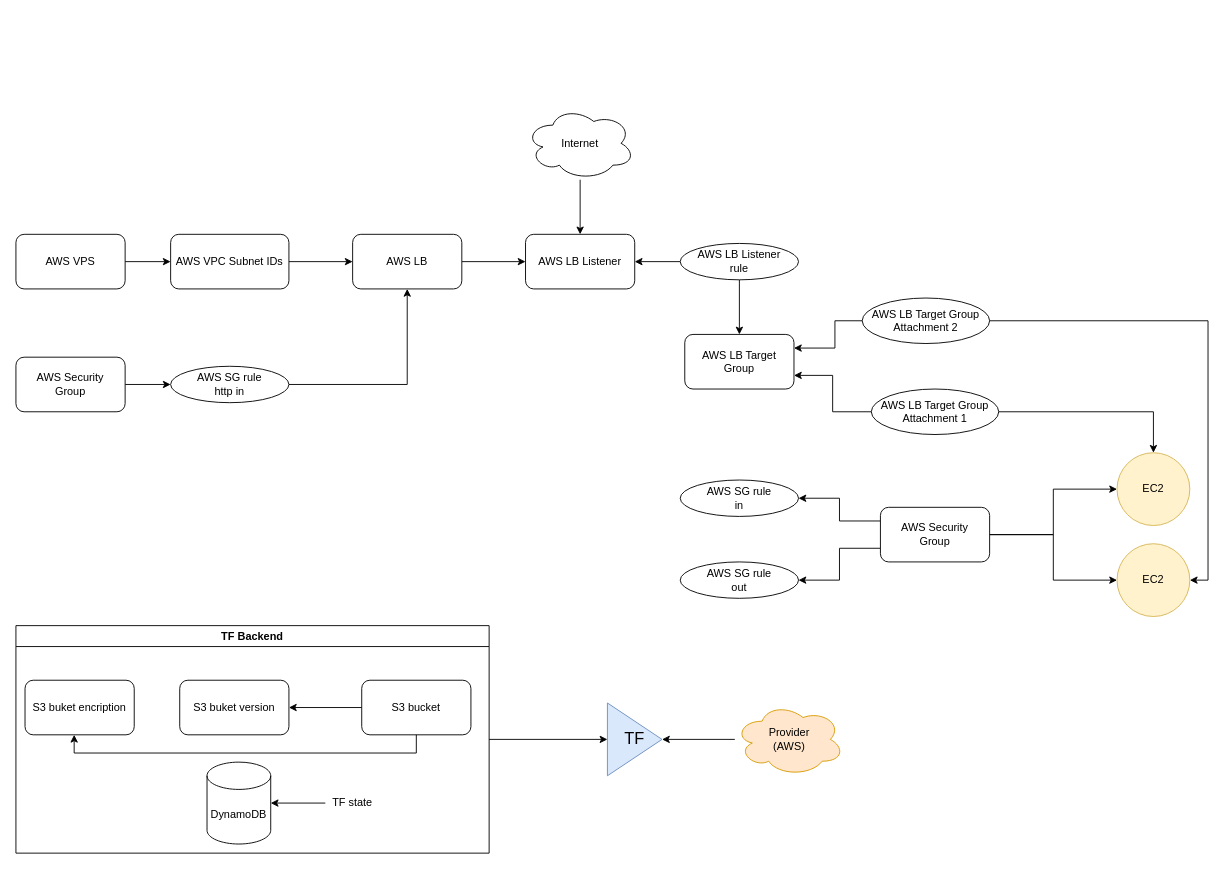
The draw.io diagram Untitled Diagram.drawio in markrin/PublicProject, before the edit. Source tidied: cells renumbered, new cells numbered last; positions are measured from the earlier drawing's top-left corner, leaving out a move shared by most shapes. Both pictures are drawn from the tidied source at 91%, with x=0, y=0 at pixel (15, 106).
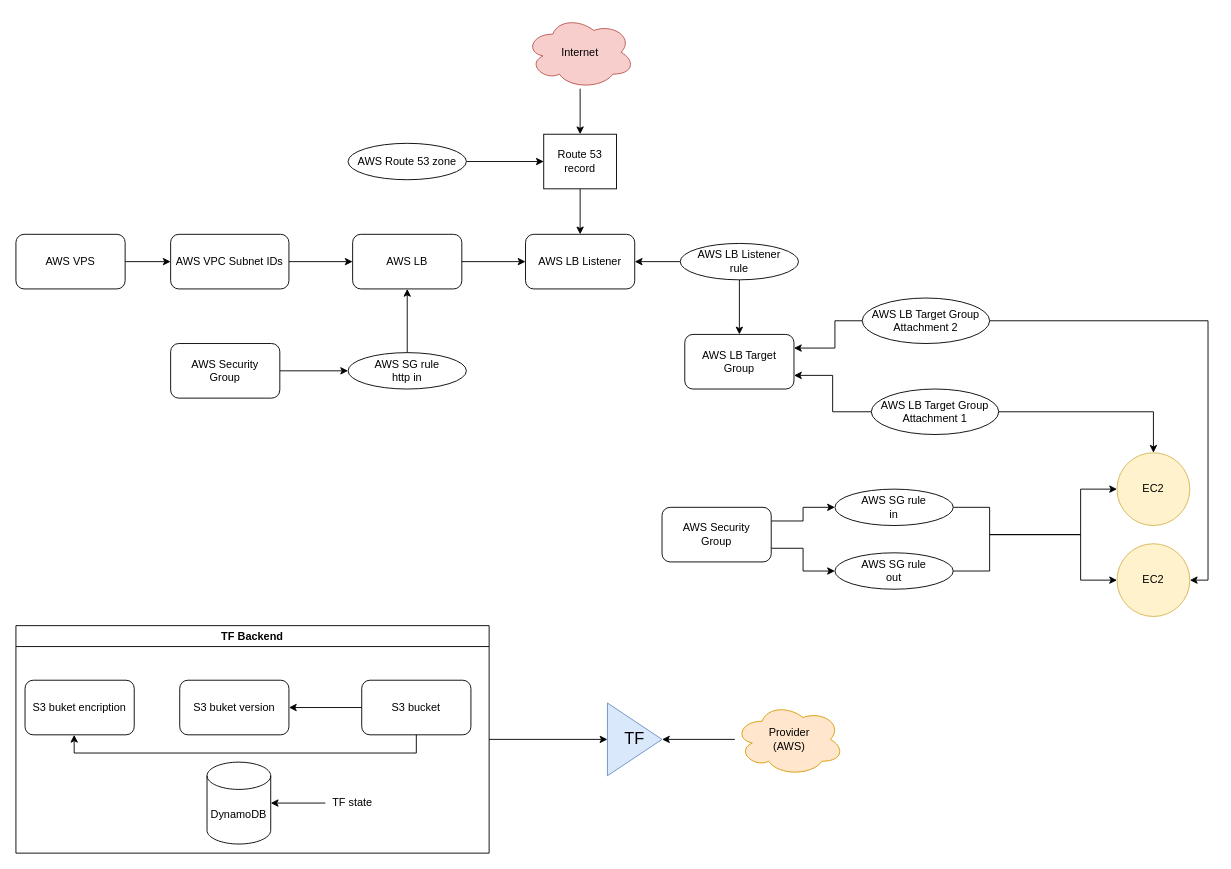
Above is the later version.

Unchanged cells that the change refers to:
```xml
<mxCell id="4" value="AWS LB Listener" style="rounded=1;whiteSpace=wrap;html=1;" parent="1" vertex="1">
  <mxGeometry x="560" y="140" width="120" height="60" as="geometry" />
</mxCell>
<mxCell id="12" value="EC2" style="ellipse;whiteSpace=wrap;html=1;fillColor=#fff2cc;strokeColor=#d6b656;" parent="1" vertex="1">
  <mxGeometry x="1210" y="480" width="80" height="80" as="geometry" />
</mxCell>
<mxCell id="39" value="EC2" style="ellipse;whiteSpace=wrap;html=1;fillColor=#fff2cc;strokeColor=#d6b656;" parent="1" vertex="1">
  <mxGeometry x="1210" y="380" width="80" height="80" as="geometry" />
</mxCell>
```

What changed in the source:
```diff
@@
     <mxCell id="14" value="&lt;div&gt;AWS Security&lt;/div&gt;&lt;div&gt;Group&lt;br&gt;&lt;/div&gt;" style="rounded=1;whiteSpace=wrap;html=1;" parent="1" vertex="1">
-      <mxGeometry y="275" width="120" height="60" as="geometry" />
+      <mxGeometry x="170" y="260" width="120" height="60" as="geometry" />
     </mxCell>
@@
     <mxCell id="16" value="&lt;div&gt;AWS SG rule&lt;/div&gt;&lt;div&gt;http in&lt;br&gt;&lt;/div&gt;" style="ellipse;whiteSpace=wrap;html=1;" parent="1" vertex="1">
-      <mxGeometry x="170" y="285" width="130" height="40" as="geometry" />
+      <mxGeometry x="365" y="270" width="130" height="40" as="geometry" />
     </mxCell>
@@
-    <mxCell id="34" style="edgeStyle=orthogonalEdgeStyle;rounded=0;jettySize=auto;html=1;" parent="1" edge="1" source="35" target="4">
-      <mxGeometry relative="1" as="geometry" />
-    </mxCell>
+    <mxCell id="47" style="edgeStyle=orthogonalEdgeStyle;rounded=0;jettySize=auto;html=1;" parent="1" edge="1" source="35" target="51">
+      <mxGeometry relative="1" as="geometry" />
+    </mxCell>
-    <mxCell id="35" value="Internet" style="ellipse;shape=cloud;whiteSpace=wrap;html=1;" parent="1" vertex="1">
-      <mxGeometry x="560" width="120" height="80" as="geometry" />
+    <mxCell id="35" value="Internet" style="ellipse;shape=cloud;whiteSpace=wrap;html=1;fillColor=#f8cecc;strokeColor=#b85450;" parent="1" vertex="1">
+      <mxGeometry x="560" y="-100" width="120" height="80" as="geometry" />
     </mxCell>
@@
+    <mxCell id="48" style="edgeStyle=orthogonalEdgeStyle;rounded=0;jettySize=auto;html=1;entryX=0;entryY=0.5;entryDx=0;entryDy=0;" parent="1" edge="1" source="40" target="12">
+      <mxGeometry relative="1" as="geometry">
+        <Array as="points">
+          <mxPoint x="1070" y="510" />
+          <mxPoint x="1070" y="470" />
+          <mxPoint x="1170" y="470" />
+          <mxPoint x="1170" y="520" />
+        </Array>
+      </mxGeometry>
+    </mxCell>
     <mxCell id="40" value="&lt;div&gt;AWS SG rule&lt;/div&gt;&lt;div&gt;out&lt;br&gt;&lt;/div&gt;" style="ellipse;whiteSpace=wrap;html=1;" parent="1" vertex="1">
-      <mxGeometry x="730" y="500" width="130" height="40" as="geometry" />
+      <mxGeometry x="900" y="490" width="130" height="40" as="geometry" />
     </mxCell>
+    <mxCell id="49" style="edgeStyle=orthogonalEdgeStyle;rounded=0;jettySize=auto;html=1;entryX=0;entryY=0.5;entryDx=0;entryDy=0;" parent="1" edge="1" source="41" target="39">
+      <mxGeometry relative="1" as="geometry">
+        <Array as="points">
+          <mxPoint x="1070" y="440" />
+          <mxPoint x="1070" y="470" />
+          <mxPoint x="1170" y="470" />
+          <mxPoint x="1170" y="420" />
+        </Array>
+      </mxGeometry>
+    </mxCell>
     <mxCell id="41" value="&lt;div&gt;AWS SG rule&lt;/div&gt;&lt;div&gt;in&lt;/div&gt;" style="ellipse;whiteSpace=wrap;html=1;" parent="1" vertex="1">
-      <mxGeometry x="730" y="410" width="130" height="40" as="geometry" />
+      <mxGeometry x="900" y="420" width="130" height="40" as="geometry" />
     </mxCell>
-    <mxCell id="42" style="edgeStyle=orthogonalEdgeStyle;rounded=0;jettySize=auto;html=1;exitX=0;exitY=0.25;exitDx=0;exitDy=0;entryX=1;entryY=0.5;entryDx=0;entryDy=0;" parent="1" edge="1" source="46" target="41">
+    <mxCell id="42" style="edgeStyle=orthogonalEdgeStyle;rounded=0;jettySize=auto;html=1;exitX=1;exitY=0.25;exitDx=0;exitDy=0;entryX=0;entryY=0.5;entryDx=0;entryDy=0;" parent="1" edge="1" source="46" target="41">
       <mxGeometry relative="1" as="geometry" />
     </mxCell>
-    <mxCell id="43" style="edgeStyle=orthogonalEdgeStyle;rounded=0;jettySize=auto;html=1;exitX=0;exitY=0.75;exitDx=0;exitDy=0;entryX=1;entryY=0.5;entryDx=0;entryDy=0;" parent="1" edge="1" source="46" target="40">
+    <mxCell id="43" style="edgeStyle=orthogonalEdgeStyle;rounded=0;jettySize=auto;html=1;exitX=1;exitY=0.75;exitDx=0;exitDy=0;entryX=0;entryY=0.5;entryDx=0;entryDy=0;" parent="1" edge="1" source="46" target="40">
       <mxGeometry relative="1" as="geometry" />
     </mxCell>
-    <mxCell id="44" style="edgeStyle=orthogonalEdgeStyle;rounded=0;jettySize=auto;html=1;exitX=1;exitY=0.5;exitDx=0;exitDy=0;entryX=0;entryY=0.5;entryDx=0;entryDy=0;" parent="1" edge="1" source="46" target="39">
-      <mxGeometry relative="1" as="geometry" />
-    </mxCell>
-    <mxCell id="45" style="edgeStyle=orthogonalEdgeStyle;rounded=0;jettySize=auto;html=1;entryX=0;entryY=0.5;entryDx=0;entryDy=0;" parent="1" edge="1" source="46" target="12">
-      <mxGeometry relative="1" as="geometry" />
-    </mxCell>
     <mxCell id="46" value="&lt;div&gt;AWS Security&lt;/div&gt;&lt;div&gt;Group&lt;br&gt;&lt;/div&gt;" style="rounded=1;whiteSpace=wrap;html=1;" parent="1" vertex="1">
-      <mxGeometry x="950" y="440" width="120" height="60" as="geometry" />
+      <mxGeometry x="710" y="440" width="120" height="60" as="geometry" />
     </mxCell>
+    <mxCell id="50" style="edgeStyle=orthogonalEdgeStyle;rounded=0;jettySize=auto;html=1;" parent="1" edge="1" source="51" target="4">
+      <mxGeometry relative="1" as="geometry" />
+    </mxCell>
+    <mxCell id="51" value="&lt;div&gt;Route 53&lt;/div&gt;&lt;div&gt;record&lt;br&gt;&lt;/div&gt;" style="rounded=0;whiteSpace=wrap;html=1;" parent="1" vertex="1">
+      <mxGeometry x="580" y="30" width="80" height="60" as="geometry" />
+    </mxCell>
+    <mxCell id="52" style="edgeStyle=orthogonalEdgeStyle;rounded=0;jettySize=auto;html=1;" parent="1" edge="1" source="53" target="51">
+      <mxGeometry relative="1" as="geometry" />
+    </mxCell>
+    <mxCell id="53" value="&lt;div&gt;AWS Route 53 zone&lt;br&gt;&lt;/div&gt;" style="ellipse;whiteSpace=wrap;html=1;" parent="1" vertex="1">
+      <mxGeometry x="365" y="40" width="130" height="40" as="geometry" />
+    </mxCell>
```
